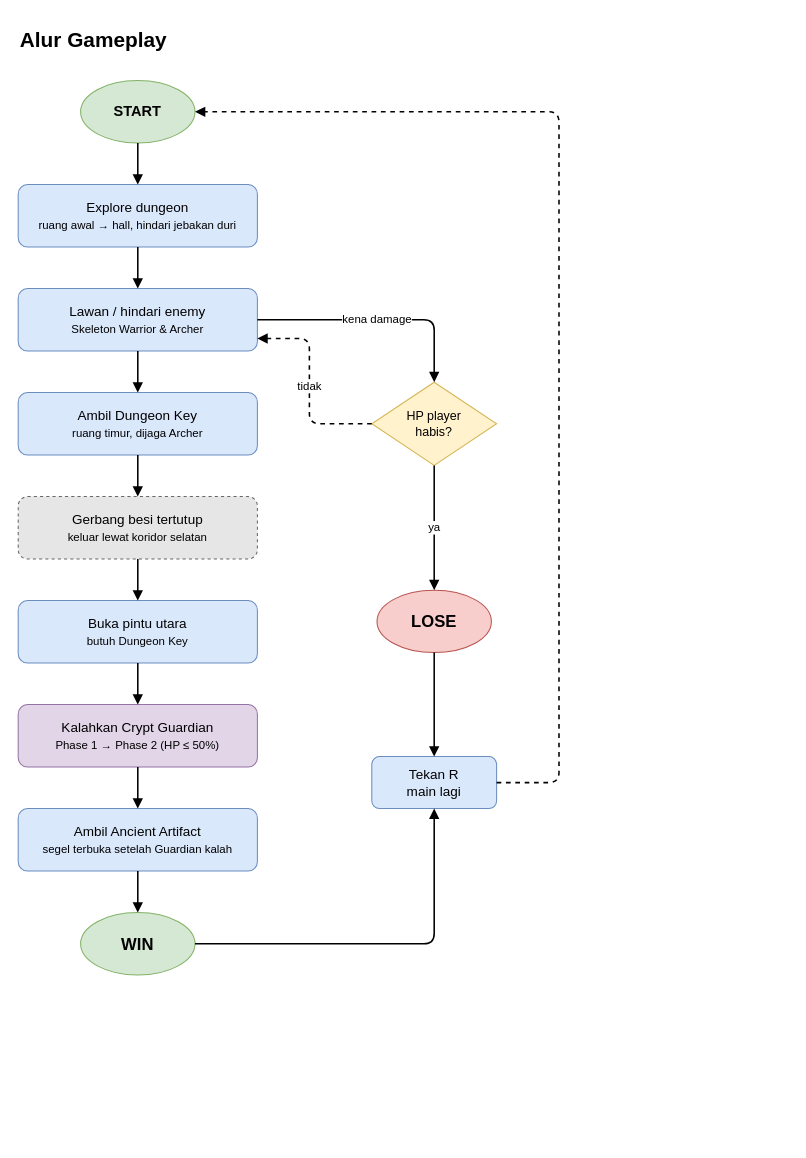
Earlier version of the draw.io diagram UTS-DungeonHunter/Docs/diagrams/alur_gameplay.drawio (Theluckybro/Smart-Game-Mi-Ayam). Source tidied: cells renumbered, new cells numbered last; positions are measured from the earlier drawing's top-left corner, leaving out a move shared by most shapes. Both pictures are drawn from the tidied source at 104%, with x=0, y=0 at pixel (18, 18).
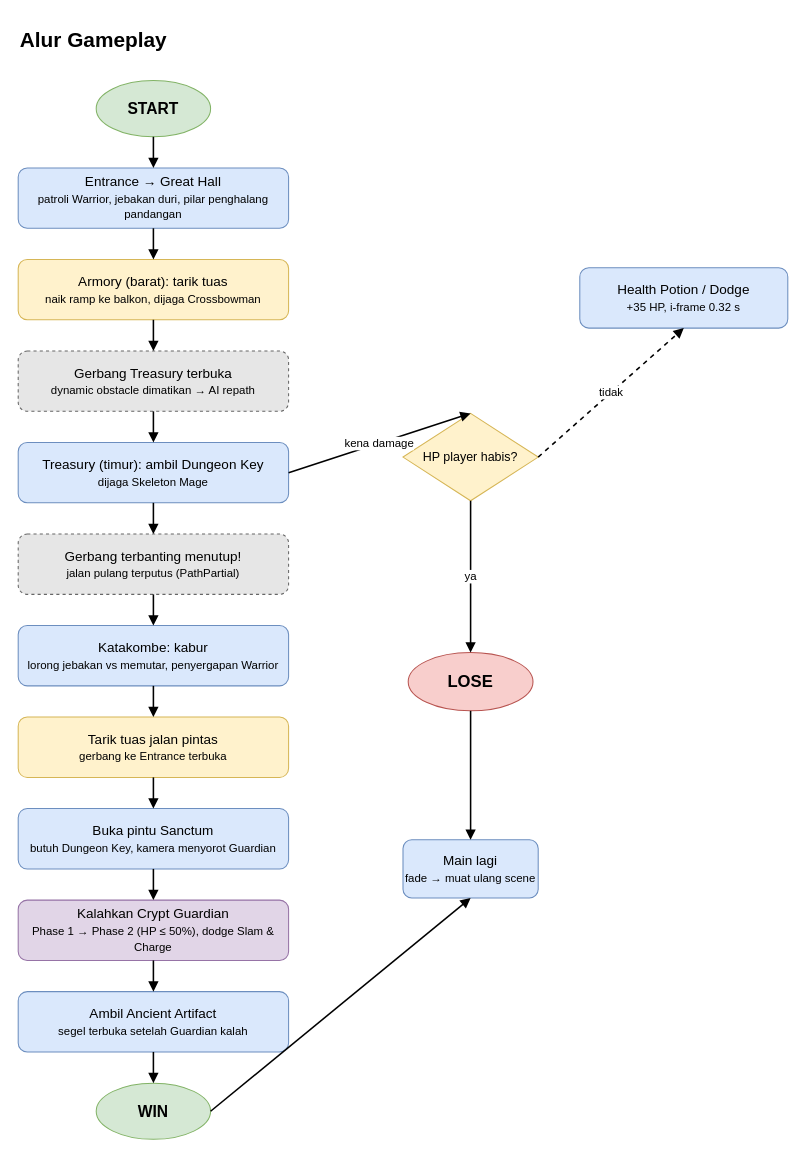
The same diagram, later.

Change to the diagram source:
```diff
@@
-    <mxCell id="3" value="START" style="ellipse;whiteSpace=wrap;html=1;fillColor=#d5e8d4;strokeColor=#82b366;fontStyle=1;fontSize=14;" parent="1" vertex="1">
-      <mxGeometry x="60" y="60" width="110" height="60" as="geometry" />
+    <mxCell id="3" value="START" style="ellipse;whiteSpace=wrap;html=1;fillColor=#d5e8d4;strokeColor=#82b366;fontStyle=1;fontSize=15;" parent="1" vertex="1">
+      <mxGeometry x="75" y="60" width="110" height="54" as="geometry" />
     </mxCell>
-    <mxCell id="4" value="Explore dungeon&lt;br&gt;&lt;span style=&quot;font-weight:normal;font-size:11px&quot;&gt;ruang awal → hall, hindari jebakan duri&lt;/span&gt;" style="rounded=1;whiteSpace=wrap;html=1;fillColor=#dae8fc;strokeColor=#6c8ebf;fontSize=13;" parent="1" vertex="1">
-      <mxGeometry y="160" width="230" height="60" as="geometry" />
+    <mxCell id="4" value="Entrance → Great Hall&lt;br&gt;&lt;span style=&quot;font-weight:normal;font-size:11px&quot;&gt;patroli Warrior, jebakan duri, pilar penghalang pandangan&lt;/span&gt;" style="rounded=1;whiteSpace=wrap;html=1;fillColor=#dae8fc;strokeColor=#6c8ebf;fontSize=13;" parent="1" vertex="1">
+      <mxGeometry y="144" width="260" height="58" as="geometry" />
     </mxCell>
-    <mxCell id="5" value="Lawan / hindari enemy&lt;br&gt;&lt;span style=&quot;font-weight:normal;font-size:11px&quot;&gt;Skeleton Warrior &amp;amp; Archer&lt;/span&gt;" style="rounded=1;whiteSpace=wrap;html=1;fillColor=#dae8fc;strokeColor=#6c8ebf;fontSize=13;" parent="1" vertex="1">
-      <mxGeometry y="260" width="230" height="60" as="geometry" />
+    <mxCell id="5" value="Armory (barat): tarik tuas&lt;br&gt;&lt;span style=&quot;font-weight:normal;font-size:11px&quot;&gt;naik ramp ke balkon, dijaga Crossbowman&lt;/span&gt;" style="rounded=1;whiteSpace=wrap;html=1;fillColor=#fff2cc;strokeColor=#d6b656;fontSize=13;" parent="1" vertex="1">
+      <mxGeometry y="232" width="260" height="58" as="geometry" />
     </mxCell>
-    <mxCell id="6" value="Ambil Dungeon Key&lt;br&gt;&lt;span style=&quot;font-weight:normal;font-size:11px&quot;&gt;ruang timur, dijaga Archer&lt;/span&gt;" style="rounded=1;whiteSpace=wrap;html=1;fillColor=#dae8fc;strokeColor=#6c8ebf;fontSize=13;" parent="1" vertex="1">
-      <mxGeometry y="360" width="230" height="60" as="geometry" />
+    <mxCell id="6" value="Gerbang Treasury terbuka&lt;br&gt;&lt;span style=&quot;font-weight:normal;font-size:11px&quot;&gt;dynamic obstacle dimatikan → AI repath&lt;/span&gt;" style="rounded=1;whiteSpace=wrap;html=1;fillColor=#e6e6e6;strokeColor=#666666;fontSize=13;dashed=1;" parent="1" vertex="1">
+      <mxGeometry y="320" width="260" height="58" as="geometry" />
     </mxCell>
-    <mxCell id="7" value="Gerbang besi tertutup&lt;br&gt;&lt;span style=&quot;font-weight:normal;font-size:11px&quot;&gt;keluar lewat koridor selatan&lt;/span&gt;" style="rounded=1;whiteSpace=wrap;html=1;fillColor=#e6e6e6;strokeColor=#666666;fontSize=13;dashed=1;" parent="1" vertex="1">
-      <mxGeometry y="460" width="230" height="60" as="geometry" />
-    </mxCell>
-    <mxCell id="8" value="Buka pintu utara&lt;br&gt;&lt;span style=&quot;font-weight:normal;font-size:11px&quot;&gt;butuh Dungeon Key&lt;/span&gt;" style="rounded=1;whiteSpace=wrap;html=1;fillColor=#dae8fc;strokeColor=#6c8ebf;fontSize=13;" parent="1" vertex="1">
-      <mxGeometry y="560" width="230" height="60" as="geometry" />
+    <mxCell id="8" value="Treasury (timur): ambil Dungeon Key&lt;br&gt;&lt;span style=&quot;font-weight:normal;font-size:11px&quot;&gt;dijaga Skeleton Mage&lt;/span&gt;" style="rounded=1;whiteSpace=wrap;html=1;fillColor=#dae8fc;strokeColor=#6c8ebf;fontSize=13;" parent="1" vertex="1">
+      <mxGeometry y="408" width="260" height="58" as="geometry" />
     </mxCell>
-    <mxCell id="9" value="Kalahkan Crypt Guardian&lt;br&gt;&lt;span style=&quot;font-weight:normal;font-size:11px&quot;&gt;Phase 1 → Phase 2 (HP ≤ 50%)&lt;/span&gt;" style="rounded=1;whiteSpace=wrap;html=1;fillColor=#e1d5e7;strokeColor=#9673a6;fontSize=13;" parent="1" vertex="1">
-      <mxGeometry y="660" width="230" height="60" as="geometry" />
+    <mxCell id="9" value="Gerbang terbanting menutup!&lt;br&gt;&lt;span style=&quot;font-weight:normal;font-size:11px&quot;&gt;jalan pulang terputus (PathPartial)&lt;/span&gt;" style="rounded=1;whiteSpace=wrap;html=1;fillColor=#e6e6e6;strokeColor=#666666;fontSize=13;dashed=1;" parent="1" vertex="1">
+      <mxGeometry y="496" width="260" height="58" as="geometry" />
     </mxCell>
-    <mxCell id="10" value="Ambil Ancient Artifact&lt;br&gt;&lt;span style=&quot;font-weight:normal;font-size:11px&quot;&gt;segel terbuka setelah Guardian kalah&lt;/span&gt;" style="rounded=1;whiteSpace=wrap;html=1;fillColor=#dae8fc;strokeColor=#6c8ebf;fontSize=13;" parent="1" vertex="1">
-      <mxGeometry y="760" width="230" height="60" as="geometry" />
+    <mxCell id="10" value="Katakombe: kabur&lt;br&gt;&lt;span style=&quot;font-weight:normal;font-size:11px&quot;&gt;lorong jebakan vs memutar, penyergapan Warrior&lt;/span&gt;" style="rounded=1;whiteSpace=wrap;html=1;fillColor=#dae8fc;strokeColor=#6c8ebf;fontSize=13;" parent="1" vertex="1">
+      <mxGeometry y="584" width="260" height="58" as="geometry" />
     </mxCell>
+    <mxCell id="29" value="Tarik tuas jalan pintas&lt;br&gt;&lt;span style=&quot;font-weight:normal;font-size:11px&quot;&gt;gerbang ke Entrance terbuka&lt;/span&gt;" style="rounded=1;whiteSpace=wrap;html=1;fillColor=#fff2cc;strokeColor=#d6b656;fontSize=13;" parent="1" vertex="1">
+      <mxGeometry y="672" width="260" height="58" as="geometry" />
+    </mxCell>
+    <mxCell id="30" value="Buka pintu Sanctum&lt;br&gt;&lt;span style=&quot;font-weight:normal;font-size:11px&quot;&gt;butuh Dungeon Key, kamera menyorot Guardian&lt;/span&gt;" style="rounded=1;whiteSpace=wrap;html=1;fillColor=#dae8fc;strokeColor=#6c8ebf;fontSize=13;" parent="1" vertex="1">
+      <mxGeometry y="760" width="260" height="58" as="geometry" />
+    </mxCell>
+    <mxCell id="31" value="Kalahkan Crypt Guardian&lt;br&gt;&lt;span style=&quot;font-weight:normal;font-size:11px&quot;&gt;Phase 1 → Phase 2 (HP ≤ 50%), dodge Slam &amp; Charge&lt;/span&gt;" style="rounded=1;whiteSpace=wrap;html=1;fillColor=#e1d5e7;strokeColor=#9673a6;fontSize=13;" parent="1" vertex="1">
+      <mxGeometry y="848" width="260" height="58" as="geometry" />
+    </mxCell>
+    <mxCell id="32" value="Ambil Ancient Artifact&lt;br&gt;&lt;span style=&quot;font-weight:normal;font-size:11px&quot;&gt;segel terbuka setelah Guardian kalah&lt;/span&gt;" style="rounded=1;whiteSpace=wrap;html=1;fillColor=#dae8fc;strokeColor=#6c8ebf;fontSize=13;" parent="1" vertex="1">
+      <mxGeometry y="936" width="260" height="58" as="geometry" />
+    </mxCell>
-    <mxCell id="11" value="WIN" style="ellipse;whiteSpace=wrap;html=1;fillColor=#d5e8d4;strokeColor=#82b366;fontStyle=1;fontSize=16;" parent="1" vertex="1">
-      <mxGeometry x="60" y="860" width="110" height="60" as="geometry" />
+    <mxCell id="11" value="WIN" style="ellipse;whiteSpace=wrap;html=1;fillColor=#d5e8d4;strokeColor=#82b366;fontStyle=1;fontSize=15;" parent="1" vertex="1">
+      <mxGeometry x="75" y="1024" width="110" height="54" as="geometry" />
     </mxCell>
-    <mxCell id="12" value="HP player&lt;br&gt;habis?" style="rhombus;whiteSpace=wrap;html=1;fillColor=#fff2cc;strokeColor=#d6b656;fontSize=12;" parent="1" vertex="1">
-      <mxGeometry x="340" y="350" width="120" height="80" as="geometry" />
-    </mxCell>
-    <mxCell id="13" value="LOSE" style="ellipse;whiteSpace=wrap;html=1;fillColor=#f8cecc;strokeColor=#b85450;fontStyle=1;fontSize=16;" parent="1" vertex="1">
-      <mxGeometry x="345" y="550" width="110" height="60" as="geometry" />
-    </mxCell>
-    <mxCell id="14" value="Tekan R&lt;br&gt;main lagi" style="rounded=1;whiteSpace=wrap;html=1;fillColor=#dae8fc;strokeColor=#6c8ebf;fontSize=13;" parent="1" vertex="1">
-      <mxGeometry x="340" y="710" width="120" height="50" as="geometry" />
-    </mxCell>
@@
-    <mxCell id="18" style="html=1;rounded=1;endArrow=block;endFill=1;strokeWidth=1.5;fontSize=11;labelBackgroundColor=#ffffff;" parent="1" edge="1" source="6" target="7">
-      <mxGeometry relative="1" as="geometry" />
-    </mxCell>
-    <mxCell id="19" style="html=1;rounded=1;endArrow=block;endFill=1;strokeWidth=1.5;fontSize=11;labelBackgroundColor=#ffffff;" parent="1" edge="1" source="7" target="8">
-      <mxGeometry relative="1" as="geometry" />
-    </mxCell>
+    <mxCell id="33" style="html=1;rounded=1;endArrow=block;endFill=1;strokeWidth=1.5;fontSize=11;labelBackgroundColor=#ffffff;" parent="1" edge="1" source="6" target="8">
+      <mxGeometry relative="1" as="geometry" />
+    </mxCell>
@@
-    <mxCell id="22" style="html=1;rounded=1;endArrow=block;endFill=1;strokeWidth=1.5;fontSize=11;labelBackgroundColor=#ffffff;" parent="1" edge="1" source="10" target="11">
-      <mxGeometry relative="1" as="geometry" />
-    </mxCell>
+    <mxCell id="34" style="html=1;rounded=1;endArrow=block;endFill=1;strokeWidth=1.5;fontSize=11;labelBackgroundColor=#ffffff;" parent="1" edge="1" source="10" target="29">
+      <mxGeometry relative="1" as="geometry" />
+    </mxCell>
+    <mxCell id="35" style="html=1;rounded=1;endArrow=block;endFill=1;strokeWidth=1.5;fontSize=11;labelBackgroundColor=#ffffff;" parent="1" edge="1" source="29" target="30">
+      <mxGeometry relative="1" as="geometry" />
+    </mxCell>
+    <mxCell id="36" style="html=1;rounded=1;endArrow=block;endFill=1;strokeWidth=1.5;fontSize=11;labelBackgroundColor=#ffffff;" parent="1" edge="1" source="30" target="31">
+      <mxGeometry relative="1" as="geometry" />
+    </mxCell>
+    <mxCell id="37" style="html=1;rounded=1;endArrow=block;endFill=1;strokeWidth=1.5;fontSize=11;labelBackgroundColor=#ffffff;" parent="1" edge="1" source="31" target="32">
+      <mxGeometry relative="1" as="geometry" />
+    </mxCell>
+    <mxCell id="38" style="html=1;rounded=1;endArrow=block;endFill=1;strokeWidth=1.5;fontSize=11;labelBackgroundColor=#ffffff;" parent="1" edge="1" source="32" target="11">
+      <mxGeometry relative="1" as="geometry" />
+    </mxCell>
+    <mxCell id="12" value="HP player habis?" style="rhombus;whiteSpace=wrap;html=1;fillColor=#fff2cc;strokeColor=#d6b656;fontSize=12;" parent="1" vertex="1">
+      <mxGeometry x="370" y="380" width="130" height="84" as="geometry" />
+    </mxCell>
+    <mxCell id="39" value="Health Potion / Dodge&lt;br&gt;&lt;span style=&quot;font-weight:normal;font-size:11px&quot;&gt;+35 HP, i-frame 0.32 s&lt;/span&gt;" style="rounded=1;whiteSpace=wrap;html=1;fillColor=#dae8fc;strokeColor=#6c8ebf;fontSize=13;" parent="1" vertex="1">
+      <mxGeometry x="540" y="240" width="200" height="58" as="geometry" />
+    </mxCell>
+    <mxCell id="13" value="LOSE" style="ellipse;whiteSpace=wrap;html=1;fillColor=#f8cecc;strokeColor=#b85450;fontStyle=1;fontSize=16;" parent="1" vertex="1">
+      <mxGeometry x="375" y="610" width="120" height="56" as="geometry" />
+    </mxCell>
+    <mxCell id="14" value="Main lagi&lt;br&gt;&lt;span style=&quot;font-weight:normal;font-size:11px&quot;&gt;fade → muat ulang scene&lt;/span&gt;" style="rounded=1;whiteSpace=wrap;html=1;fillColor=#dae8fc;strokeColor=#6c8ebf;fontSize=13;" parent="1" vertex="1">
+      <mxGeometry x="370" y="790" width="130" height="56" as="geometry" />
+    </mxCell>
-    <mxCell id="23" value="kena damage" style="html=1;rounded=1;endArrow=block;endFill=1;strokeWidth=1.5;fontSize=11;labelBackgroundColor=#ffffff;exitX=1;exitY=0.5;exitDx=0;exitDy=0;entryX=0.5;entryY=0;entryDx=0;entryDy=0;" parent="1" edge="1" source="5" target="12">
-      <mxGeometry relative="1" as="geometry">
-        <Array as="points">
-          <mxPoint x="400" y="290" />
-        </Array>
-      </mxGeometry>
+    <mxCell id="23" value="kena damage" style="html=1;rounded=1;endArrow=block;endFill=1;strokeWidth=1.5;fontSize=11;labelBackgroundColor=#ffffff;exitX=1;exitY=0.5;entryX=0.5;entryY=0;" parent="1" edge="1" source="8" target="12">
+      <mxGeometry relative="1" as="geometry" />
     </mxCell>
-    <mxCell id="24" value="tidak" style="html=1;rounded=1;endArrow=block;endFill=1;strokeWidth=1.5;fontSize=11;labelBackgroundColor=#ffffff;exitX=0;exitY=0.5;exitDx=0;exitDy=0;entryX=1;entryY=0.8;entryDx=0;entryDy=0;dashed=1;" parent="1" edge="1" source="12" target="5">
-      <mxGeometry relative="1" as="geometry">
-        <Array as="points">
-          <mxPoint x="280" y="390" />
-          <mxPoint x="280" y="308" />
-        </Array>
-      </mxGeometry>
+    <mxCell id="24" value="tidak" style="html=1;rounded=1;endArrow=block;endFill=1;strokeWidth=1.5;fontSize=11;labelBackgroundColor=#ffffff;dashed=1;exitX=1;exitY=0.5;entryX=0.5;entryY=1;" parent="1" edge="1" source="12" target="39">
+      <mxGeometry relative="1" as="geometry" />
     </mxCell>
-    <mxCell id="25" value="ya" style="html=1;rounded=1;endArrow=block;endFill=1;strokeWidth=1.5;fontSize=11;labelBackgroundColor=#ffffff;exitX=0.5;exitY=1;exitDx=0;exitDy=0;entryX=0.5;entryY=0;entryDx=0;entryDy=0;" parent="1" edge="1" source="12" target="13">
+    <mxCell id="25" value="ya" style="html=1;rounded=1;endArrow=block;endFill=1;strokeWidth=1.5;fontSize=11;labelBackgroundColor=#ffffff;exitX=0.5;exitY=1;entryX=0.5;entryY=0;" parent="1" edge="1" source="12" target="13">
       <mxGeometry relative="1" as="geometry" />
     </mxCell>
-    <mxCell id="26" style="html=1;rounded=1;endArrow=block;endFill=1;strokeWidth=1.5;fontSize=11;labelBackgroundColor=#ffffff;exitX=0.5;exitY=1;exitDx=0;exitDy=0;entryX=0.5;entryY=0;entryDx=0;entryDy=0;" parent="1" edge="1" source="13" target="14">
+    <mxCell id="26" style="html=1;rounded=1;endArrow=block;endFill=1;strokeWidth=1.5;fontSize=11;labelBackgroundColor=#ffffff;exitX=0.5;exitY=1;entryX=0.5;entryY=0;" parent="1" edge="1" source="13" target="14">
       <mxGeometry relative="1" as="geometry" />
     </mxCell>
-    <mxCell id="27" style="html=1;rounded=1;endArrow=block;endFill=1;strokeWidth=1.5;fontSize=11;labelBackgroundColor=#ffffff;exitX=1;exitY=0.5;exitDx=0;exitDy=0;entryX=0.5;entryY=1;entryDx=0;entryDy=0;" parent="1" edge="1" source="11" target="14">
-      <mxGeometry relative="1" as="geometry">
-        <Array as="points">
-          <mxPoint x="400" y="890" />
-        </Array>
-      </mxGeometry>
+    <mxCell id="27" style="html=1;rounded=1;endArrow=block;endFill=1;strokeWidth=1.5;fontSize=11;labelBackgroundColor=#ffffff;exitX=1;exitY=0.5;entryX=0.5;entryY=1;" parent="1" edge="1" source="11" target="14">
+      <mxGeometry relative="1" as="geometry" />
     </mxCell>
-    <mxCell id="28" style="html=1;rounded=1;endArrow=block;endFill=1;strokeWidth=1.5;fontSize=11;labelBackgroundColor=#ffffff;exitX=1;exitY=0.5;exitDx=0;exitDy=0;entryX=1;entryY=0.5;entryDx=0;entryDy=0;dashed=1;" parent="1" edge="1" source="14" target="3">
-      <mxGeometry relative="1" as="geometry">
-        <Array as="points">
-          <mxPoint x="520" y="735" />
-          <mxPoint x="520" y="90" />
-        </Array>
-      </mxGeometry>
-    </mxCell>
```
